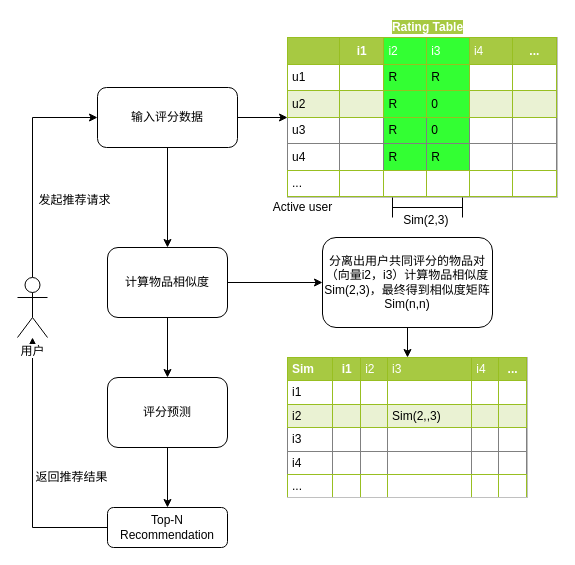
Above: page "Page-1" (1 of 2) of Item-based CF algorithm.drawio in iamlivehaha/Artificial-Life (draw.io), before the change. Source tidied: cells renumbered, new cells numbered last; positions are measured from the earlier drawing's top-left corner, leaving out a move shared by most shapes. Both pictures are drawn from the tidied source at 100%, with x=0, y=0 at pixel (17, 17).
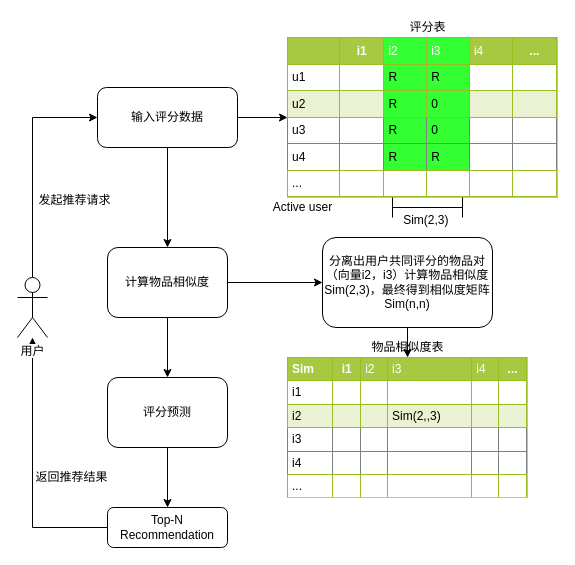
The same diagram, later.

Diff of the diagram source:
```diff
@@
-    <mxCell id="8" value="&lt;span style=&quot;color: rgb(255 , 255 , 255) ; font-weight: 700 ; text-align: -webkit-left ; background-color: rgb(167 , 201 , 66)&quot;&gt;Rating Table&lt;/span&gt;" style="text;html=1;align=center;verticalAlign=middle;" parent="1" vertex="1">
-      <mxGeometry x="365" width="90" height="20" as="geometry" />
-    </mxCell>
@@
+    <mxCell id="24" value="评分表" style="text;html=1;align=center;verticalAlign=middle;" parent="1" vertex="1">
+      <mxGeometry x="385" width="50" height="20" as="geometry" />
+    </mxCell>
+    <mxCell id="25" value="物品相似度表" style="text;html=1;align=center;verticalAlign=middle;" parent="1" vertex="1">
+      <mxGeometry x="345" y="320" width="90" height="20" as="geometry" />
+    </mxCell>
```
